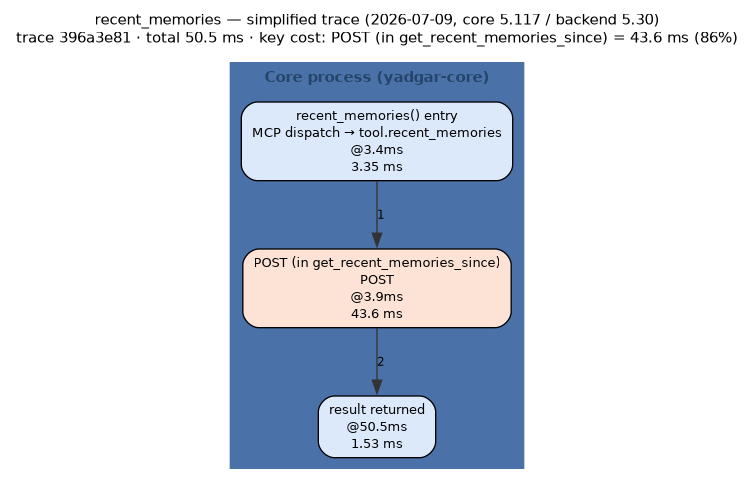
Earlier version of the Graphviz export docs/diagrams/out/recent_memories-trace-2026-07-09.png (m-agahi/yadgar). Its source is kept beside it as docs/diagrams/out/recent_memories-trace-2026-07-09.dot.
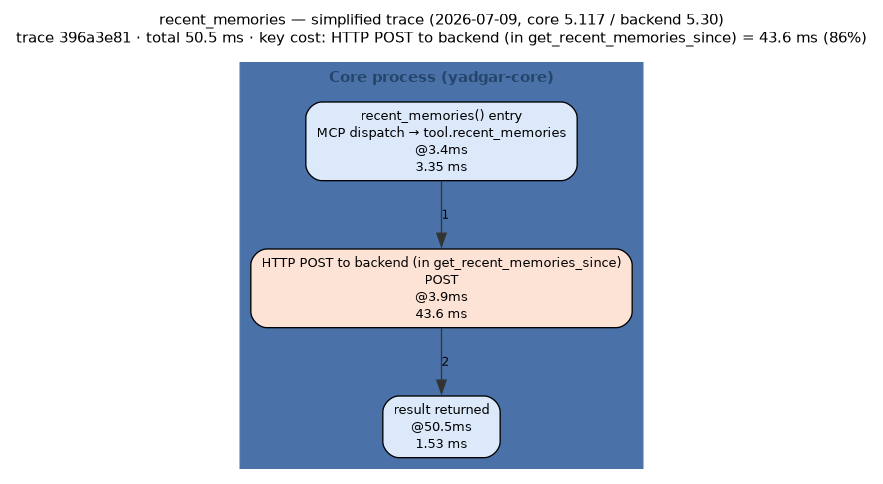
The same file after the commit.

Change to the diagram source:
```diff
@@ -8,7 +8,7 @@
   node  [fontname="Helvetica", fontsize=10];
   edge  [fontname="Helvetica", fontsize=9];
   label="recent_memories — simplified trace (2026-07-09, core 5.117 / backend 5.30)
-trace 396a3e81 · total 50.5 ms · key cost: POST (in get_recent_memories_since) = 43.6 ms (86%)";
+trace 396a3e81 · total 50.5 ms · key cost: HTTP POST to backend (in get_recent_memories_since) = 43.6 ms (86%)";
   subgraph "cluster_core" {
     label="Core process (yadgar-core)";
     style=filled;
@@ -17,7 +17,7 @@
     fontcolor="#26456b";
     fontname="Helvetica-Bold";
     "entry" [shape="box", style="rounded,filled", fillcolor="#dbe9fb", label="recent_memories() entry\nMCP dispatch → tool.recent_memories\n@3.4ms\n3.35 ms"];
-    "s0" [shape="box", style="rounded,filled", fillcolor="#fce3d6", label="POST (in get_recent_memories_since)\nPOST\n@3.9ms\n43.6 ms"];
+    "s0" [shape="box", style="rounded,filled", fillcolor="#fce3d6", label="HTTP POST to backend (in get_recent_memories_since)\nPOST\n@3.9ms\n43.6 ms"];
     "done" [shape="box", style="rounded,filled", fillcolor="#dbe9fb", label="result returned\n@50.5ms\n1.53 ms"];
   }
   "entry" -> "s0" [color="#333333", style="solid", label="1"];
```
